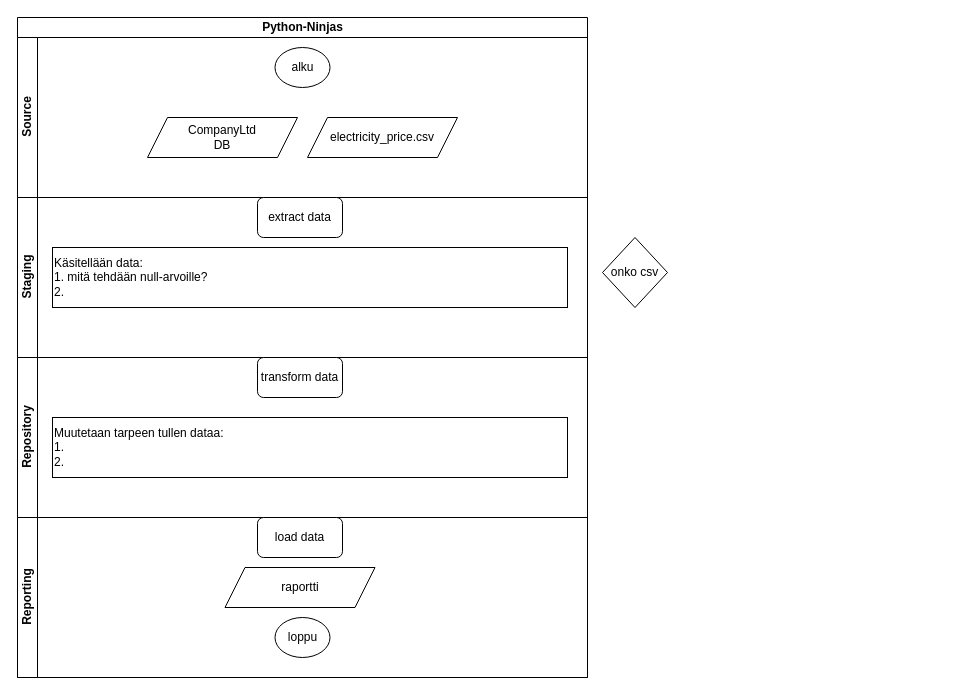
The draw.io diagram Data-arkkitehtuuri - Esa/ETL-Prosessikaavio.drawio in joni23008/Python-Ninjas-Projectworks, before the edit. Source tidied: cells renumbered, new cells numbered last; positions are measured from the earlier drawing's top-left corner, leaving out a move shared by most shapes. Both pictures are drawn from the tidied source at 100%, with x=0, y=0 at pixel (17, 17).
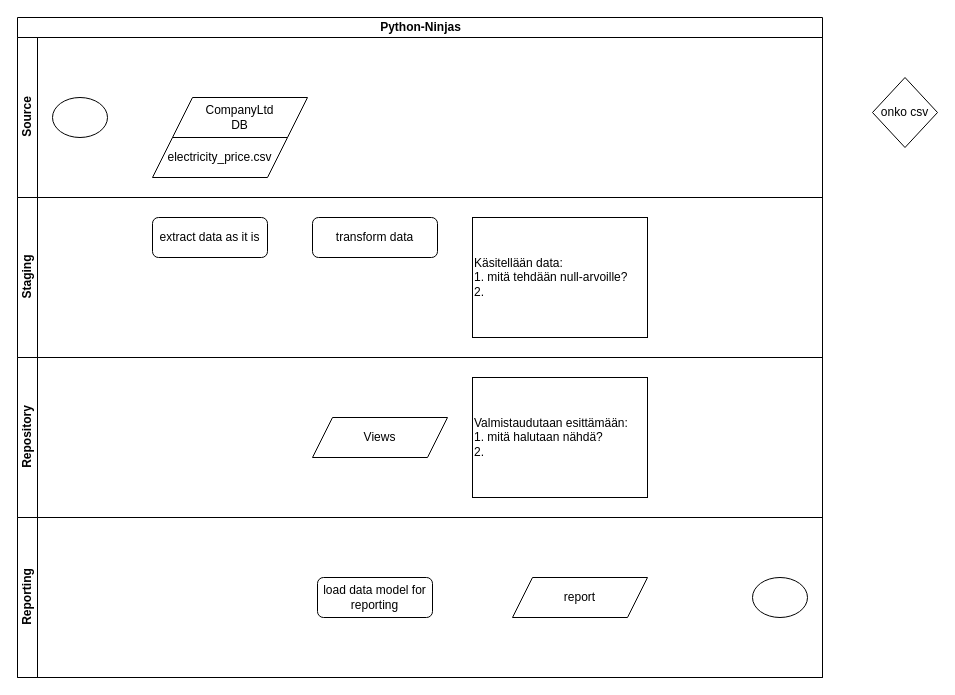
After the change.

Commit message (it also covers changes not shown here):
päivityksiä vuokaavioon

Change to the diagram source:
```diff
@@
 <mxGraphModel>
   <root>
     <mxCell id="0" />
     <mxCell id="1" parent="0" />
     <mxCell id="2" value="Python-Ninjas" style="swimlane;horizontal=1;startSize=20;html=1;swimlaneFillColor=none;gradientDirection=radial;" parent="1" vertex="1">
-      <mxGeometry width="570" height="660" as="geometry" />
+      <mxGeometry width="805" height="660" as="geometry" />
     </mxCell>
     <mxCell id="3" value="Source" style="swimlane;startSize=20;horizontal=0;html=1;" parent="2" vertex="1">
-      <mxGeometry y="20" width="570" height="160" as="geometry" />
+      <mxGeometry y="20" width="805" height="160" as="geometry" />
     </mxCell>
-    <mxCell id="4" value="alku" style="ellipse;whiteSpace=wrap;html=1;" parent="3" vertex="1">
-      <mxGeometry x="257.5" y="10" width="55" height="40" as="geometry" />
+    <mxCell id="4" style="ellipse;whiteSpace=wrap;html=1;" parent="3" vertex="1">
+      <mxGeometry x="35" y="60" width="55" height="40" as="geometry" />
     </mxCell>
     <mxCell id="5" value="CompanyLtd&lt;div&gt;DB&lt;/div&gt;" style="shape=parallelogram;perimeter=parallelogramPerimeter;whiteSpace=wrap;html=1;fixedSize=1;" parent="3" vertex="1">
-      <mxGeometry x="130" y="80" width="150" height="40" as="geometry" />
+      <mxGeometry x="155" y="60" width="135" height="40" as="geometry" />
     </mxCell>
     <mxCell id="6" value="electricity_price.csv" style="shape=parallelogram;perimeter=parallelogramPerimeter;whiteSpace=wrap;html=1;fixedSize=1;" parent="3" vertex="1">
-      <mxGeometry x="290" y="80" width="150" height="40" as="geometry" />
+      <mxGeometry x="135" y="100" width="135" height="40" as="geometry" />
     </mxCell>
     <mxCell id="7" value="Staging" style="swimlane;startSize=20;horizontal=0;html=1;" parent="2" vertex="1">
-      <mxGeometry y="180" width="570" height="160" as="geometry" />
+      <mxGeometry y="180" width="805" height="160" as="geometry" />
     </mxCell>
-    <mxCell id="8" value="extract data" style="rounded=1;whiteSpace=wrap;html=1;" parent="7" vertex="1">
-      <mxGeometry x="240" width="85" height="40" as="geometry" />
+    <mxCell id="8" value="extract data as it is" style="rounded=1;whiteSpace=wrap;html=1;" parent="7" vertex="1">
+      <mxGeometry x="135" y="20" width="115" height="40" as="geometry" />
     </mxCell>
-    <mxCell id="9" value="Käsitellään data:&lt;br&gt;1. mitä tehdään null-arvoille?&lt;div&gt;2.&amp;nbsp;&lt;/div&gt;" style="rounded=0;whiteSpace=wrap;html=1;align=left;" parent="7" vertex="1">
-      <mxGeometry x="35" y="50" width="515" height="60" as="geometry" />
+    <mxCell id="9" value="Käsitellään data:&lt;br&gt;1. mitä tehdään null-arvoille?&lt;div style=&quot;line-height: 120%;&quot;&gt;2.&amp;nbsp;&lt;/div&gt;" style="rounded=0;whiteSpace=wrap;html=1;align=left;" parent="7" vertex="1">
+      <mxGeometry x="455" y="20" width="175" height="120" as="geometry" />
     </mxCell>
+    <mxCell id="11" value="transform data" style="rounded=1;whiteSpace=wrap;html=1;" parent="7" vertex="1">
+      <mxGeometry x="295" y="20" width="125" height="40" as="geometry" />
+    </mxCell>
     <mxCell id="10" value="Repository" style="swimlane;startSize=20;horizontal=0;html=1;" parent="2" vertex="1">
-      <mxGeometry y="340" width="570" height="160" as="geometry" />
+      <mxGeometry y="340" width="805" height="160" as="geometry" />
     </mxCell>
-    <mxCell id="11" value="transform data" style="rounded=1;whiteSpace=wrap;html=1;" parent="10" vertex="1">
-      <mxGeometry x="240" width="85" height="40" as="geometry" />
-    </mxCell>
-    <mxCell id="12" value="Muutetaan tarpeen tullen dataa:&lt;br&gt;1.&amp;nbsp;&lt;div&gt;2.&amp;nbsp;&lt;/div&gt;" style="rounded=0;whiteSpace=wrap;html=1;align=left;" parent="10" vertex="1">
-      <mxGeometry x="35" y="60" width="515" height="60" as="geometry" />
-    </mxCell>
+    <mxCell id="18" value="Valmistaudutaan esittämään:&lt;br&gt;1. mitä halutaan nähdä?&lt;div style=&quot;line-height: 120%;&quot;&gt;2.&amp;nbsp;&lt;/div&gt;" style="rounded=0;whiteSpace=wrap;html=1;align=left;" parent="10" vertex="1">
+      <mxGeometry x="455" y="20" width="175" height="120" as="geometry" />
+    </mxCell>
+    <mxCell id="19" value="Views" style="shape=parallelogram;perimeter=parallelogramPerimeter;whiteSpace=wrap;html=1;fixedSize=1;" parent="10" vertex="1">
+      <mxGeometry x="295" y="60" width="135" height="40" as="geometry" />
+    </mxCell>
     <mxCell id="13" value="Reporting" style="swimlane;startSize=20;horizontal=0;html=1;" parent="2" vertex="1">
-      <mxGeometry y="500" width="570" height="160" as="geometry" />
+      <mxGeometry y="500" width="805" height="160" as="geometry" />
     </mxCell>
-    <mxCell id="14" value="loppu" style="ellipse;whiteSpace=wrap;html=1;" parent="13" vertex="1">
-      <mxGeometry x="257.5" y="100" width="55" height="40" as="geometry" />
+    <mxCell id="14" style="ellipse;whiteSpace=wrap;html=1;" parent="13" vertex="1">
+      <mxGeometry x="735" y="60" width="55" height="40" as="geometry" />
     </mxCell>
+    <mxCell id="16" value="report" style="shape=parallelogram;perimeter=parallelogramPerimeter;whiteSpace=wrap;html=1;fixedSize=1;" parent="13" vertex="1">
+      <mxGeometry x="495" y="60" width="135" height="40" as="geometry" />
+    </mxCell>
-    <mxCell id="15" value="load data" style="rounded=1;whiteSpace=wrap;html=1;" parent="13" vertex="1">
-      <mxGeometry x="240" width="85" height="40" as="geometry" />
+    <mxCell id="15" value="load data model for reporting" style="rounded=1;whiteSpace=wrap;html=1;" parent="13" vertex="1">
+      <mxGeometry x="300" y="60" width="115" height="40" as="geometry" />
     </mxCell>
-    <mxCell id="16" value="raportti" style="shape=parallelogram;perimeter=parallelogramPerimeter;whiteSpace=wrap;html=1;fixedSize=1;" parent="13" vertex="1">
-      <mxGeometry x="207.5" y="50" width="150" height="40" as="geometry" />
-    </mxCell>
     <mxCell id="17" value="onko csv" style="rhombus;whiteSpace=wrap;html=1;" parent="1" vertex="1">
-      <mxGeometry x="585" y="220" width="65" height="70" as="geometry" />
+      <mxGeometry x="855" y="60" width="65" height="70" as="geometry" />
     </mxCell>
   </root>
 </mxGraphModel>
```
